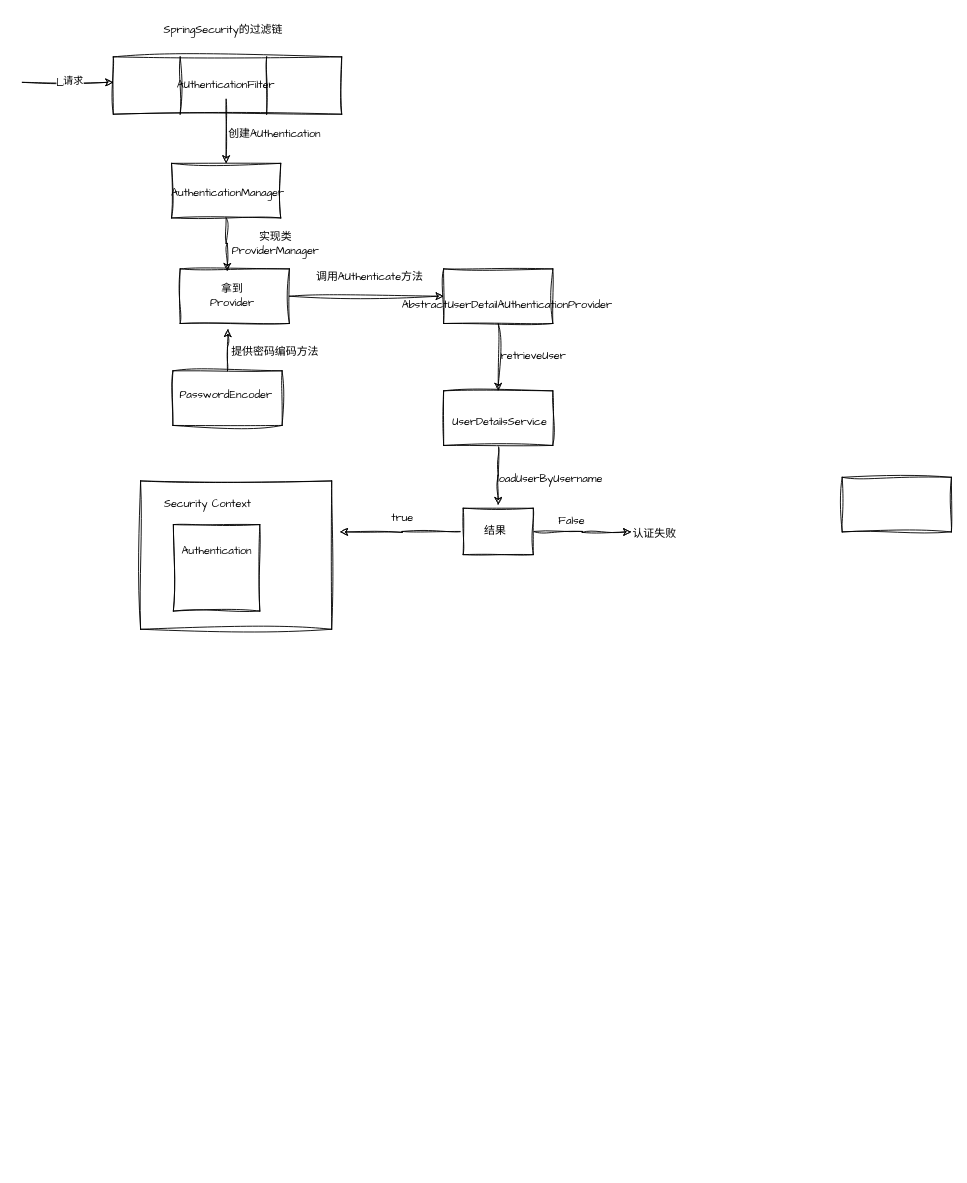
Earlier version of the draw.io diagram 认证流程.drawio (wangXingRunning/wangXingRunning.github.io). Source tidied: cells renumbered, new cells numbered last; positions are measured from the earlier drawing's top-left corner, leaving out a move shared by most shapes. Both pictures are drawn from the tidied source at 91%, with x=0, y=0 at pixel (22, 15).
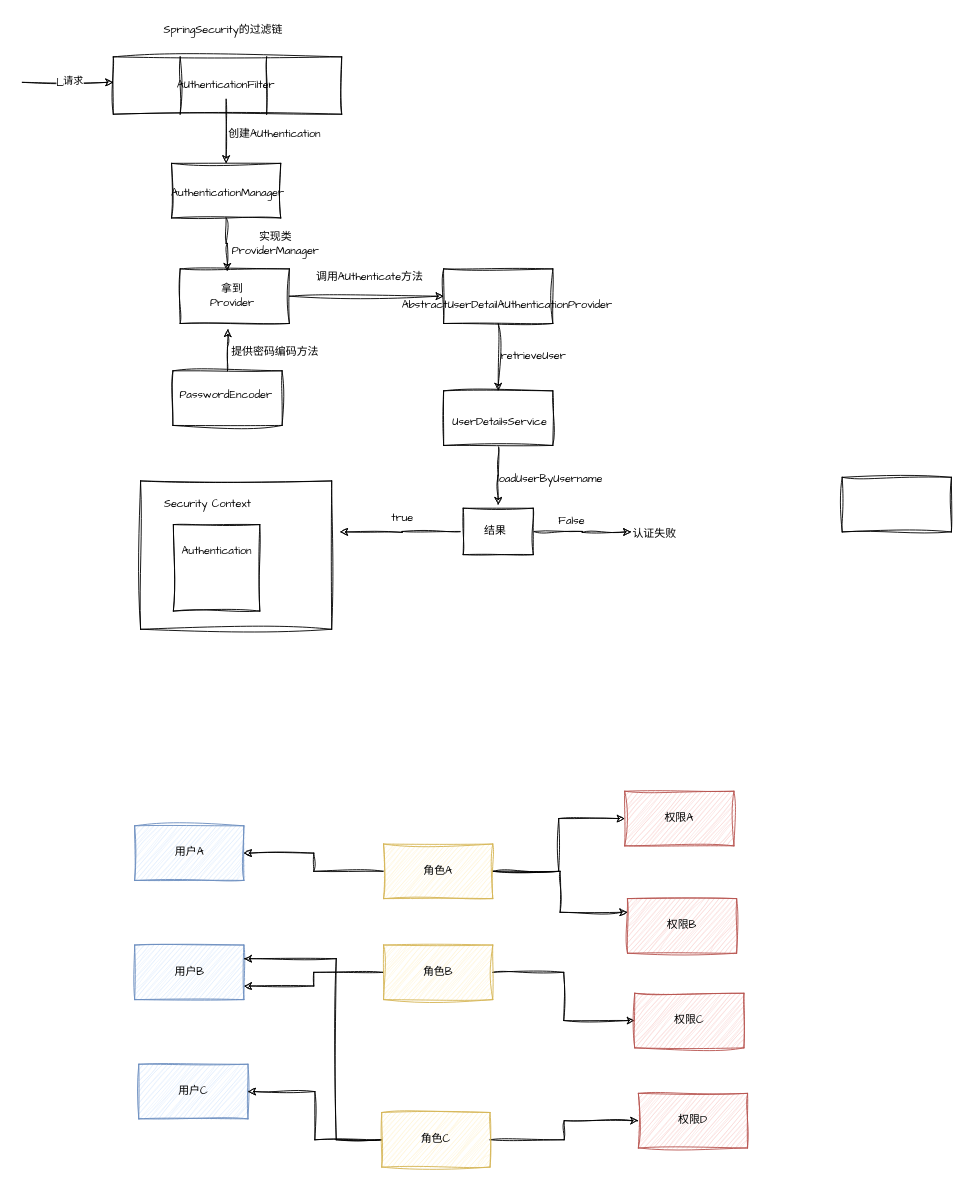
The same page after the edit.

Commit message:
更新认证流程.drawio

What changed in the source:
```diff
@@
+    <mxCell id="43" value="用户A" style="rounded=0;whiteSpace=wrap;html=1;sketch=1;hachureGap=4;jiggle=2;curveFitting=1;fontFamily=Architects Daughter;fillColor=#dae8fc;strokeColor=#6c8ebf;" parent="1" vertex="1">
+      <mxGeometry x="123.5" y="890" width="120" height="60" as="geometry" />
+    </mxCell>
+    <mxCell id="44" style="edgeStyle=orthogonalEdgeStyle;rounded=0;sketch=1;hachureGap=4;jiggle=2;curveFitting=1;jettySize=auto;html=1;exitX=1;exitY=0.5;exitDx=0;exitDy=0;entryX=0;entryY=0.5;entryDx=0;entryDy=0;fontFamily=Architects Daughter;" parent="1" edge="1" source="46" target="58">
+      <mxGeometry relative="1" as="geometry" />
+    </mxCell>
+    <mxCell id="45" style="edgeStyle=orthogonalEdgeStyle;rounded=0;sketch=1;hachureGap=4;jiggle=2;curveFitting=1;jettySize=auto;html=1;exitX=0;exitY=0.5;exitDx=0;exitDy=0;entryX=1;entryY=0.75;entryDx=0;entryDy=0;fontFamily=Architects Daughter;" parent="1" edge="1" source="46" target="53">
+      <mxGeometry relative="1" as="geometry" />
+    </mxCell>
+    <mxCell id="46" value="角色B" style="rounded=0;whiteSpace=wrap;html=1;sketch=1;hachureGap=4;jiggle=2;curveFitting=1;fontFamily=Architects Daughter;fillColor=#fff2cc;strokeColor=#d6b656;" parent="1" vertex="1">
+      <mxGeometry x="397" y="1021" width="120" height="60" as="geometry" />
+    </mxCell>
+    <mxCell id="47" value="权限B" style="rounded=0;whiteSpace=wrap;html=1;sketch=1;hachureGap=4;jiggle=2;curveFitting=1;fontFamily=Architects Daughter;fillColor=#f8cecc;strokeColor=#b85450;" parent="1" vertex="1">
+      <mxGeometry x="665" y="970" width="120" height="60" as="geometry" />
+    </mxCell>
+    <mxCell id="48" style="edgeStyle=orthogonalEdgeStyle;rounded=0;sketch=1;hachureGap=4;jiggle=2;curveFitting=1;jettySize=auto;html=1;exitX=1;exitY=0.5;exitDx=0;exitDy=0;entryX=0;entryY=0.5;entryDx=0;entryDy=0;fontFamily=Architects Daughter;" parent="1" edge="1" source="51" target="59">
+      <mxGeometry relative="1" as="geometry" />
+    </mxCell>
+    <mxCell id="49" style="edgeStyle=orthogonalEdgeStyle;rounded=0;sketch=1;hachureGap=4;jiggle=2;curveFitting=1;jettySize=auto;html=1;entryX=0;entryY=0.25;entryDx=0;entryDy=0;fontFamily=Architects Daughter;" parent="1" edge="1" source="51" target="47">
+      <mxGeometry relative="1" as="geometry" />
+    </mxCell>
+    <mxCell id="50" style="edgeStyle=orthogonalEdgeStyle;rounded=0;sketch=1;hachureGap=4;jiggle=2;curveFitting=1;jettySize=auto;html=1;exitX=0;exitY=0.5;exitDx=0;exitDy=0;entryX=1;entryY=0.5;entryDx=0;entryDy=0;fontFamily=Architects Daughter;" parent="1" edge="1" source="51" target="43">
+      <mxGeometry relative="1" as="geometry" />
+    </mxCell>
+    <mxCell id="51" value="角色A" style="rounded=0;whiteSpace=wrap;html=1;sketch=1;hachureGap=4;jiggle=2;curveFitting=1;fontFamily=Architects Daughter;fillColor=#fff2cc;strokeColor=#d6b656;" parent="1" vertex="1">
+      <mxGeometry x="397" y="910" width="120" height="60" as="geometry" />
+    </mxCell>
+    <mxCell id="52" value="用户C" style="rounded=0;whiteSpace=wrap;html=1;sketch=1;hachureGap=4;jiggle=2;curveFitting=1;fontFamily=Architects Daughter;fillColor=#dae8fc;strokeColor=#6c8ebf;" parent="1" vertex="1">
+      <mxGeometry x="128" y="1152" width="120" height="60" as="geometry" />
+    </mxCell>
+    <mxCell id="53" value="用户B" style="rounded=0;whiteSpace=wrap;html=1;sketch=1;hachureGap=4;jiggle=2;curveFitting=1;fontFamily=Architects Daughter;fillColor=#dae8fc;strokeColor=#6c8ebf;" parent="1" vertex="1">
+      <mxGeometry x="123.5" y="1021" width="120" height="60" as="geometry" />
+    </mxCell>
+    <mxCell id="54" style="edgeStyle=orthogonalEdgeStyle;rounded=0;sketch=1;hachureGap=4;jiggle=2;curveFitting=1;jettySize=auto;html=1;exitX=1;exitY=0.5;exitDx=0;exitDy=0;fontFamily=Architects Daughter;" parent="1" edge="1" source="57" target="60">
+      <mxGeometry relative="1" as="geometry" />
+    </mxCell>
+    <mxCell id="55" style="edgeStyle=orthogonalEdgeStyle;rounded=0;sketch=1;hachureGap=4;jiggle=2;curveFitting=1;jettySize=auto;html=1;entryX=1;entryY=0.5;entryDx=0;entryDy=0;fontFamily=Architects Daughter;" parent="1" edge="1" source="57" target="52">
+      <mxGeometry relative="1" as="geometry" />
+    </mxCell>
+    <mxCell id="56" style="edgeStyle=orthogonalEdgeStyle;rounded=0;sketch=1;hachureGap=4;jiggle=2;curveFitting=1;jettySize=auto;html=1;exitX=0;exitY=0.5;exitDx=0;exitDy=0;entryX=1;entryY=0.25;entryDx=0;entryDy=0;fontFamily=Architects Daughter;" parent="1" edge="1" source="57" target="53">
+      <mxGeometry relative="1" as="geometry">
+        <Array as="points">
+          <mxPoint x="345" y="1235" />
+          <mxPoint x="345" y="1036" />
+        </Array>
+      </mxGeometry>
+    </mxCell>
+    <mxCell id="57" value="角色C" style="rounded=0;whiteSpace=wrap;html=1;sketch=1;hachureGap=4;jiggle=2;curveFitting=1;fontFamily=Architects Daughter;fillColor=#fff2cc;strokeColor=#d6b656;" parent="1" vertex="1">
+      <mxGeometry x="395" y="1205" width="119" height="60" as="geometry" />
+    </mxCell>
+    <mxCell id="58" value="权限C" style="rounded=0;whiteSpace=wrap;html=1;sketch=1;hachureGap=4;jiggle=2;curveFitting=1;fontFamily=Architects Daughter;fillColor=#f8cecc;strokeColor=#b85450;" parent="1" vertex="1">
+      <mxGeometry x="673" y="1074" width="120" height="60" as="geometry" />
+    </mxCell>
+    <mxCell id="59" value="权限A" style="rounded=0;whiteSpace=wrap;html=1;sketch=1;hachureGap=4;jiggle=2;curveFitting=1;fontFamily=Architects Daughter;fillColor=#f8cecc;strokeColor=#b85450;" parent="1" vertex="1">
+      <mxGeometry x="662" y="852" width="120" height="60" as="geometry" />
+    </mxCell>
+    <mxCell id="60" value="权限D" style="rounded=0;whiteSpace=wrap;html=1;sketch=1;hachureGap=4;jiggle=2;curveFitting=1;fontFamily=Architects Daughter;fillColor=#f8cecc;strokeColor=#b85450;" parent="1" vertex="1">
+      <mxGeometry x="677" y="1184" width="120" height="60" as="geometry" />
+    </mxCell>
```
